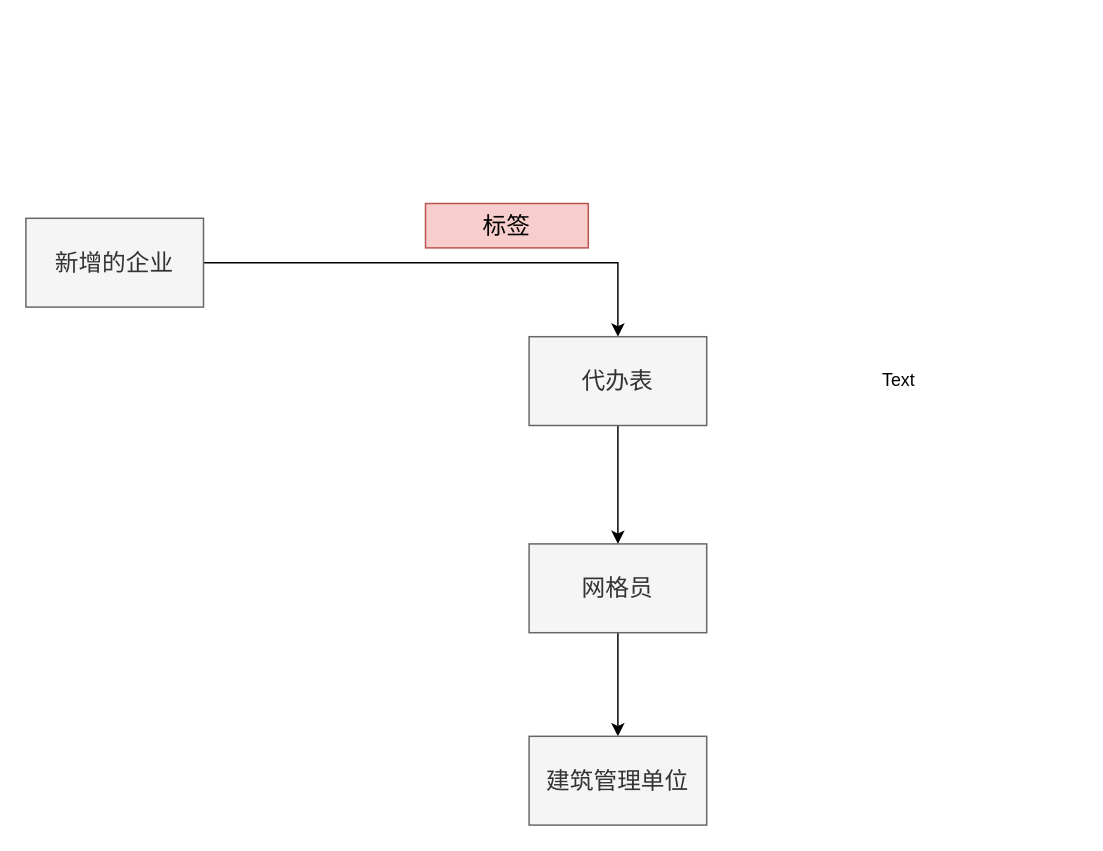
Earlier version of the draw.io diagram 消防新增.drawio (w1041660542/draw.io). Source tidied: cells renumbered, new cells numbered last; positions are measured from the earlier drawing's top-left corner, leaving out a move shared by most shapes. Both pictures are drawn from the tidied source at 148%, with x=0, y=0 at pixel (25, 203).
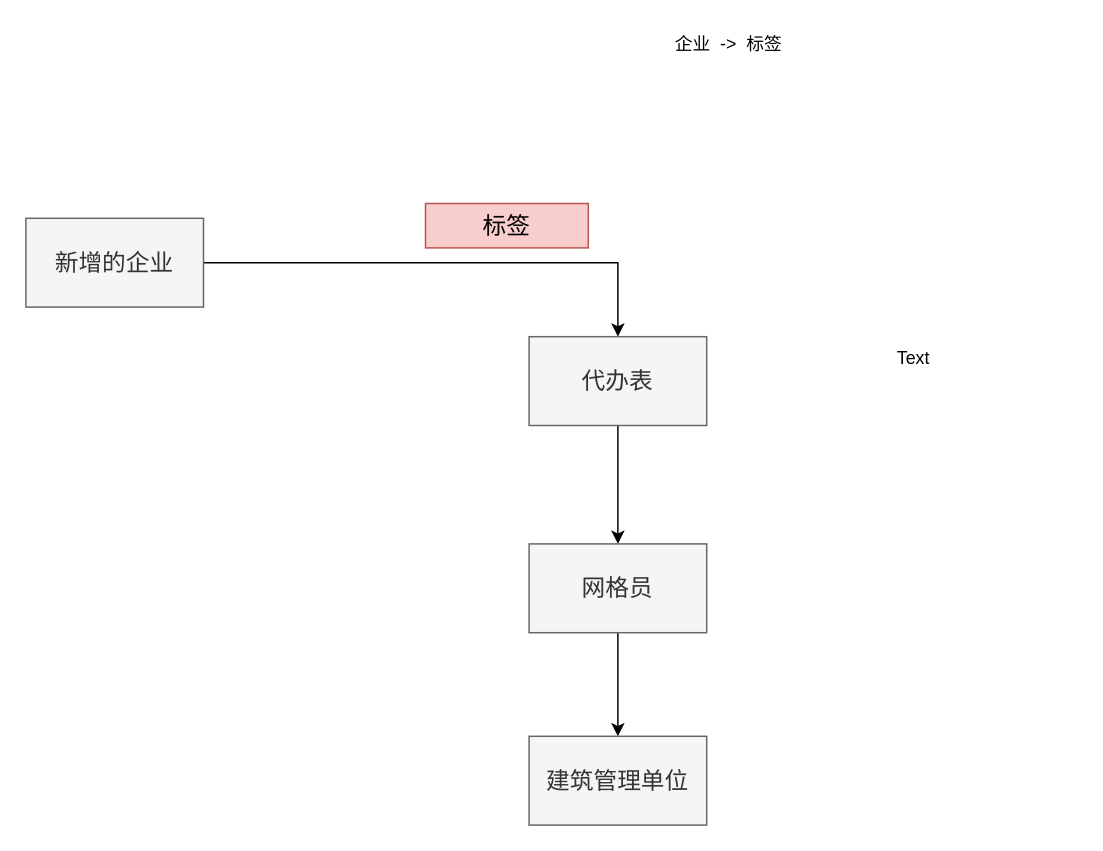
Above is the later version.

Commit message (it also covers changes not shown here):
更新消防新增.drawio

Change to the diagram source:
```diff
@@
 <mxGraphModel>
   <root>
     <mxCell id="0" />
     <mxCell id="1" parent="0" />
     <mxCell id="2" style="edgeStyle=orthogonalEdgeStyle;rounded=0;jettySize=auto;html=1;" parent="1" edge="1" source="3" target="5">
       <mxGeometry relative="1" as="geometry" />
     </mxCell>
     <mxCell id="3" value="&lt;font style=&quot;font-size: 16px;&quot;&gt;新增的企业&lt;/font&gt;" style="rounded=0;whiteSpace=wrap;html=1;fillColor=#f5f5f5;fontColor=#333333;strokeColor=#666666;" parent="1" vertex="1">
       <mxGeometry y="10" width="120" height="60" as="geometry" />
     </mxCell>
     <mxCell id="4" style="edgeStyle=orthogonalEdgeStyle;rounded=0;jettySize=auto;html=1;" parent="1" edge="1" source="5" target="8">
       <mxGeometry relative="1" as="geometry" />
     </mxCell>
     <mxCell id="5" value="&lt;font style=&quot;font-size: 16px;&quot;&gt;代办表&lt;/font&gt;" style="rounded=0;whiteSpace=wrap;html=1;fillColor=#f5f5f5;strokeColor=#666666;fontColor=#333333;" parent="1" vertex="1">
       <mxGeometry x="340" y="90" width="120" height="60" as="geometry" />
     </mxCell>
     <mxCell id="6" value="&lt;font style=&quot;font-size: 16px;&quot;&gt;标签&lt;/font&gt;" style="text;html=1;align=center;verticalAlign=middle;whiteSpace=wrap;rounded=0;fillColor=#f8cecc;strokeColor=#b85450;" parent="1" vertex="1">
       <mxGeometry x="270" width="110" height="30" as="geometry" />
     </mxCell>
     <mxCell id="7" style="edgeStyle=orthogonalEdgeStyle;rounded=0;jettySize=auto;html=1;entryX=0.5;entryY=0;entryDx=0;entryDy=0;" parent="1" edge="1" source="8" target="9">
       <mxGeometry relative="1" as="geometry" />
     </mxCell>
     <mxCell id="8" value="&lt;font style=&quot;font-size: 16px;&quot;&gt;网格员&lt;/font&gt;" style="rounded=0;whiteSpace=wrap;html=1;fillColor=#f5f5f5;fontColor=#333333;strokeColor=#666666;" parent="1" vertex="1">
       <mxGeometry x="340" y="230" width="120" height="60" as="geometry" />
     </mxCell>
     <mxCell id="9" value="&lt;font style=&quot;font-size: 16px;&quot;&gt;建筑管理单位&lt;/font&gt;" style="rounded=0;whiteSpace=wrap;html=1;fillColor=#f5f5f5;fontColor=#333333;strokeColor=#666666;" parent="1" vertex="1">
       <mxGeometry x="340" y="360" width="120" height="60" as="geometry" />
     </mxCell>
     <mxCell id="10" value="Text" style="text;html=1;align=center;verticalAlign=middle;whiteSpace=wrap;rounded=0;" parent="1" vertex="1">
-      <mxGeometry x="480" y="65" width="220" height="110" as="geometry" />
+      <mxGeometry x="490" y="50" width="220" height="110" as="geometry" />
     </mxCell>
+    <mxCell id="11" value="企业&amp;nbsp; -&amp;gt;&amp;nbsp; 标签&lt;br&gt;&lt;div&gt;&lt;br&gt;&lt;/div&gt;" style="text;html=1;align=center;verticalAlign=middle;whiteSpace=wrap;rounded=0;" parent="1" vertex="1">
+      <mxGeometry x="410" y="-120" width="130" height="40" as="geometry" />
+    </mxCell>
   </root>
 </mxGraphModel>
```
